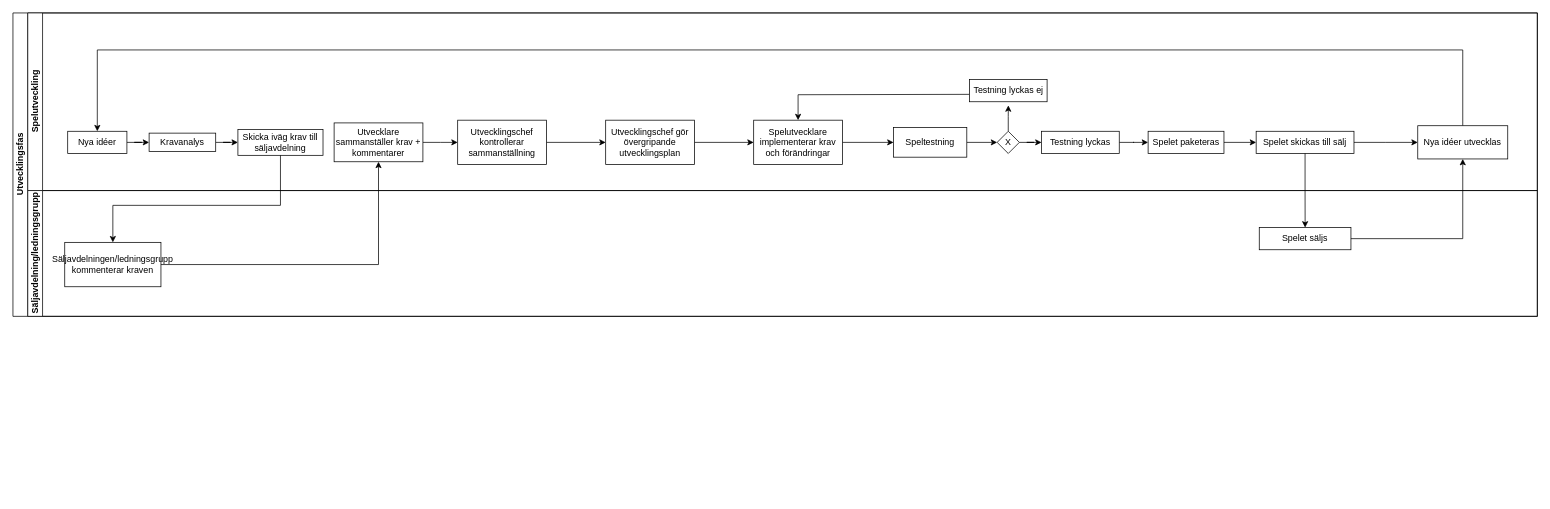
Above: Utvecklingsfas diagram.drawio in herderboys/DSV-ITO (draw.io), before the change. Source tidied: cells renumbered, new cells numbered last; positions are measured from the earlier drawing's top-left corner, leaving out a move shared by most shapes. Both pictures are drawn from the tidied source at 74%, with x=0, y=0 at pixel (13, 13).
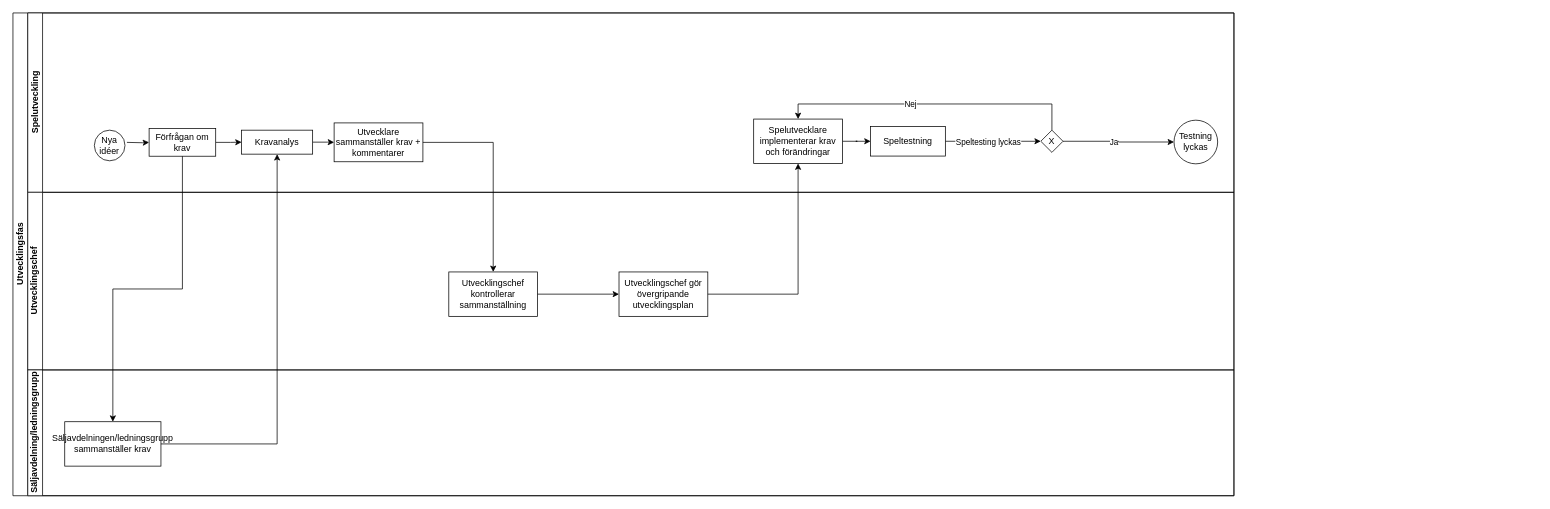
The same diagram, later.

The change refers to these unchanged cells:
```xml
<mxCell id="10" value="Utvecklare sammanställer krav + kommentarer" style="rounded=0;whiteSpace=wrap;html=1;" parent="3" vertex="1">
  <mxGeometry x="414" y="148.6" width="120" height="52.5" as="geometry" />
</mxCell>
```

What changed in the source:
```diff
@@
     <mxCell id="2" value="Utvecklingsfas" style="swimlane;html=1;horizontal=0;startSize=20;" parent="1" vertex="1">
-      <mxGeometry width="2060" height="410" as="geometry" />
+      <mxGeometry width="1650" height="652.4" as="geometry" />
     </mxCell>
     <mxCell id="3" value="Spelutveckling" style="swimlane;html=1;startSize=20;horizontal=0;" parent="2" vertex="1">
-      <mxGeometry x="20" width="2040" height="240" as="geometry" />
+      <mxGeometry x="20" width="1630" height="242.4" as="geometry" />
     </mxCell>
-    <mxCell id="4" style="edgeStyle=orthogonalEdgeStyle;rounded=0;jettySize=auto;html=1;" parent="3" edge="1" source="5" target="7">
-      <mxGeometry relative="1" as="geometry" />
+    <mxCell id="4" style="edgeStyle=orthogonalEdgeStyle;rounded=0;jettySize=auto;html=1;" parent="3" edge="1" target="7">
+      <mxGeometry relative="1" as="geometry">
+        <mxPoint x="134" y="174.9" as="sourcePoint" />
+      </mxGeometry>
     </mxCell>
-    <mxCell id="5" value="Nya idéer" style="rounded=0;whiteSpace=wrap;html=1;" parent="3" vertex="1">
-      <mxGeometry x="54" y="159.9" width="80" height="30" as="geometry" />
-    </mxCell>
@@
-    <mxCell id="7" value="Kravanalys" style="whiteSpace=wrap;html=1;rounded=0;" parent="3" vertex="1">
-      <mxGeometry x="164" y="162.4" width="90" height="25" as="geometry" />
+    <mxCell id="7" value="Förfrågan om krav" style="whiteSpace=wrap;html=1;rounded=0;" parent="3" vertex="1">
+      <mxGeometry x="164" y="156.2" width="90" height="37.4" as="geometry" />
     </mxCell>
+    <mxCell id="39" style="edgeStyle=orthogonalEdgeStyle;rounded=0;jettySize=auto;html=1;" parent="3" edge="1" source="8" target="10">
+      <mxGeometry relative="1" as="geometry" />
+    </mxCell>
-    <mxCell id="8" value="Skicka iväg krav till säljavdelning" style="whiteSpace=wrap;html=1;rounded=0;" parent="3" vertex="1">
-      <mxGeometry x="284" y="157.4" width="115" height="35" as="geometry" />
+    <mxCell id="8" value="Kravanalys" style="whiteSpace=wrap;html=1;rounded=0;" parent="3" vertex="1">
+      <mxGeometry x="289" y="158.4" width="96" height="32.4" as="geometry" />
     </mxCell>
-    <mxCell id="9" style="edgeStyle=orthogonalEdgeStyle;rounded=0;jettySize=auto;html=1;" parent="3" edge="1" source="10" target="12">
-      <mxGeometry relative="1" as="geometry" />
-    </mxCell>
@@
-    <mxCell id="11" style="edgeStyle=orthogonalEdgeStyle;rounded=0;jettySize=auto;html=1;" parent="3" edge="1" source="12" target="14">
-      <mxGeometry relative="1" as="geometry" />
-    </mxCell>
-    <mxCell id="12" value="Utvecklingschef kontrollerar sammanställning " style="whiteSpace=wrap;html=1;rounded=0;" parent="3" vertex="1">
-      <mxGeometry x="581" y="144.9" width="120" height="60" as="geometry" />
-    </mxCell>
-    <mxCell id="13" style="edgeStyle=orthogonalEdgeStyle;rounded=0;jettySize=auto;html=1;" parent="3" edge="1" source="14" target="16">
-      <mxGeometry relative="1" as="geometry" />
-    </mxCell>
-    <mxCell id="14" value="Utvecklingschef gör övergripande utvecklingsplan" style="whiteSpace=wrap;html=1;rounded=0;" parent="3" vertex="1">
-      <mxGeometry x="781" y="144.9" width="120" height="60" as="geometry" />
-    </mxCell>
@@
     <mxCell id="16" value="Spelutvecklare implementerar krav och förändringar" style="whiteSpace=wrap;html=1;rounded=0;" parent="3" vertex="1">
-      <mxGeometry x="981" y="144.9" width="120" height="60" as="geometry" />
+      <mxGeometry x="981" y="143.4" width="120" height="60" as="geometry" />
     </mxCell>
-    <mxCell id="17" style="edgeStyle=orthogonalEdgeStyle;rounded=0;jettySize=auto;html=1;" parent="3" edge="1" source="18" target="21">
+    <mxCell id="17" style="edgeStyle=orthogonalEdgeStyle;rounded=0;jettySize=auto;html=1;exitX=1;exitY=0.5;exitDx=0;exitDy=0;entryX=0;entryY=0.5;entryDx=0;entryDy=0;" parent="3" edge="1" source="18" target="21">
       <mxGeometry relative="1" as="geometry" />
     </mxCell>
+    <mxCell id="40" value="Speltesting lyckas" style="edgeLabel;html=1;align=center;verticalAlign=middle;" parent="17" vertex="1">
+      <mxGeometry x="-0.12" y="-1" relative="1" as="geometry" />
+    </mxCell>
     <mxCell id="18" value="Speltestning" style="whiteSpace=wrap;html=1;rounded=0;" parent="3" vertex="1">
-      <mxGeometry x="1170" y="154.9" width="99" height="40" as="geometry" />
+      <mxGeometry x="1139" y="153.4" width="101" height="40" as="geometry" />
     </mxCell>
+    <mxCell id="41" style="edgeStyle=orthogonalEdgeStyle;rounded=0;jettySize=auto;html=1;entryX=0.5;entryY=0;entryDx=0;entryDy=0;" parent="3" edge="1" source="21" target="16">
+      <mxGeometry relative="1" as="geometry">
+        <Array as="points">
+          <mxPoint x="1384" y="123" />
+          <mxPoint x="1041" y="123" />
+        </Array>
+      </mxGeometry>
+    </mxCell>
+    <mxCell id="42" value="Nej" style="edgeLabel;html=1;align=center;verticalAlign=middle;" parent="41" vertex="1">
+      <mxGeometry x="0.14" relative="1" as="geometry" />
+    </mxCell>
-    <mxCell id="19" style="edgeStyle=orthogonalEdgeStyle;rounded=0;jettySize=auto;html=1;" parent="3" edge="1" source="21" target="23">
+    <mxCell id="19" style="edgeStyle=orthogonalEdgeStyle;rounded=0;jettySize=auto;html=1;entryX=0;entryY=0.5;entryDx=0;entryDy=0;" parent="3" edge="1" source="21" target="23">
       <mxGeometry relative="1" as="geometry" />
     </mxCell>
-    <mxCell id="20" style="edgeStyle=orthogonalEdgeStyle;rounded=0;jettySize=auto;html=1;" parent="3" edge="1" source="21">
-      <mxGeometry relative="1" as="geometry">
-        <mxPoint x="1325.1" y="124.9" as="targetPoint" />
-      </mxGeometry>
-    </mxCell>
+    <mxCell id="43" value="Ja" style="edgeLabel;html=1;align=center;verticalAlign=middle;" parent="19" vertex="1">
+      <mxGeometry x="-0.1" y="-1" relative="1" as="geometry" />
+    </mxCell>
     <mxCell id="21" value="X" style="rhombus;whiteSpace=wrap;html=1;" parent="3" vertex="1">
-      <mxGeometry x="1310" y="159.9" width="30" height="30" as="geometry" />
+      <mxGeometry x="1369" y="158.4" width="30" height="30" as="geometry" />
     </mxCell>
-    <mxCell id="22" style="edgeStyle=orthogonalEdgeStyle;rounded=0;jettySize=auto;html=1;" parent="3" edge="1" source="23" target="27">
-      <mxGeometry relative="1" as="geometry" />
-    </mxCell>
+    <mxCell id="5" value="Nya idéer" style="ellipse;whiteSpace=wrap;html=1;" parent="3" vertex="1">
+      <mxGeometry x="90" y="158.4" width="41.4" height="41.4" as="geometry" />
+    </mxCell>
-    <mxCell id="23" value="Testning lyckas" style="whiteSpace=wrap;html=1;" parent="3" vertex="1">
-      <mxGeometry x="1370" y="159.9" width="105" height="30" as="geometry" />
+    <mxCell id="23" value="Testning lyckas" style="ellipse;whiteSpace=wrap;html=1;" parent="3" vertex="1">
+      <mxGeometry x="1549" y="144.9" width="59" height="59" as="geometry" />
     </mxCell>
-    <mxCell id="24" style="edgeStyle=orthogonalEdgeStyle;rounded=0;jettySize=auto;html=1;entryX=0.5;entryY=0;entryDx=0;entryDy=0;" parent="3" edge="1" target="16">
-      <mxGeometry relative="1" as="geometry">
-        <mxPoint x="1272.5" y="110" as="sourcePoint" />
-      </mxGeometry>
-    </mxCell>
-    <mxCell id="25" value="Testning lyckas ej" style="whiteSpace=wrap;html=1;" parent="3" vertex="1">
-      <mxGeometry x="1272.5" y="90" width="105" height="30" as="geometry" />
-    </mxCell>
-    <mxCell id="26" style="edgeStyle=orthogonalEdgeStyle;rounded=0;jettySize=auto;html=1;" parent="3" edge="1" source="27" target="29">
-      <mxGeometry relative="1" as="geometry" />
-    </mxCell>
-    <mxCell id="27" value="Spelet paketeras" style="whiteSpace=wrap;html=1;" parent="3" vertex="1">
-      <mxGeometry x="1514" y="159.9" width="102.5" height="30" as="geometry" />
-    </mxCell>
-    <mxCell id="28" style="edgeStyle=orthogonalEdgeStyle;rounded=0;jettySize=auto;html=1;" parent="3" edge="1" source="29" target="31">
-      <mxGeometry relative="1" as="geometry" />
-    </mxCell>
-    <mxCell id="29" value="Spelet skickas till sälj" style="whiteSpace=wrap;html=1;" parent="3" vertex="1">
-      <mxGeometry x="1660" y="159.9" width="132.2" height="30" as="geometry" />
-    </mxCell>
-    <mxCell id="30" style="edgeStyle=orthogonalEdgeStyle;rounded=0;jettySize=auto;html=1;exitX=0.5;exitY=0;exitDx=0;exitDy=0;entryX=0.5;entryY=0;entryDx=0;entryDy=0;" parent="3" edge="1" source="31" target="5">
-      <mxGeometry relative="1" as="geometry">
-        <Array as="points">
-          <mxPoint x="1939" y="50" />
-          <mxPoint x="94" y="50" />
-        </Array>
-      </mxGeometry>
-    </mxCell>
-    <mxCell id="31" value="Nya idéer utvecklas" style="whiteSpace=wrap;html=1;" parent="3" vertex="1">
-      <mxGeometry x="1878.4" y="152.4" width="121.6" height="44.9" as="geometry" />
-    </mxCell>
+    <mxCell id="44" value="Utvecklingschef" style="swimlane;html=1;startSize=20;horizontal=0;" parent="2" vertex="1">
+      <mxGeometry x="20" y="242.4" width="1630" height="240" as="geometry" />
+    </mxCell>
+    <mxCell id="45" style="edgeStyle=orthogonalEdgeStyle;rounded=0;orthogonalLoop=1;jettySize=auto;html=1;" parent="44" edge="1">
+      <mxGeometry relative="1" as="geometry">
+        <mxPoint x="164" y="174.9" as="targetPoint" />
+      </mxGeometry>
+    </mxCell>
+    <mxCell id="12" value="Utvecklingschef kontrollerar sammanställning " style="whiteSpace=wrap;html=1;rounded=0;" parent="44" vertex="1">
+      <mxGeometry x="569" y="107.6" width="120" height="60" as="geometry" />
+    </mxCell>
+    <mxCell id="14" value="Utvecklingschef gör övergripande utvecklingsplan" style="whiteSpace=wrap;html=1;rounded=0;" parent="44" vertex="1">
+      <mxGeometry x="799" y="107.6" width="120" height="60" as="geometry" />
+    </mxCell>
+    <mxCell id="11" style="edgeStyle=orthogonalEdgeStyle;rounded=0;jettySize=auto;html=1;" parent="44" edge="1" source="12" target="14">
+      <mxGeometry relative="1" as="geometry" />
+    </mxCell>
     <mxCell id="32" value="Säljavdelning/ledningsgrupp" style="swimlane;html=1;startSize=20;horizontal=0;" parent="2" vertex="1">
-      <mxGeometry x="20" y="240" width="2040" height="170" as="geometry" />
+      <mxGeometry x="20" y="482.4" width="1630" height="170" as="geometry" />
     </mxCell>
-    <mxCell id="33" value="Säljavdelningen/ledningsgrupp kommenterar kraven" style="whiteSpace=wrap;html=1;rounded=0;" parent="32" vertex="1">
+    <mxCell id="33" value="Säljavdelningen/ledningsgrupp sammanställer krav" style="whiteSpace=wrap;html=1;rounded=0;" parent="32" vertex="1">
       <mxGeometry x="50" y="70" width="130" height="60" as="geometry" />
     </mxCell>
-    <mxCell id="34" value="Spelet säljs" style="whiteSpace=wrap;html=1;" parent="32" vertex="1">
-      <mxGeometry x="1664.2" y="50" width="123.9" height="30" as="geometry" />
-    </mxCell>
-    <mxCell id="35" style="edgeStyle=orthogonalEdgeStyle;rounded=0;jettySize=auto;html=1;" parent="2" edge="1" source="33" target="10">
-      <mxGeometry relative="1" as="geometry" />
-    </mxCell>
-    <mxCell id="36" style="edgeStyle=orthogonalEdgeStyle;rounded=0;jettySize=auto;html=1;exitX=0.5;exitY=1;exitDx=0;exitDy=0;entryX=0.5;entryY=0;entryDx=0;entryDy=0;" parent="2" edge="1" source="8" target="33">
-      <mxGeometry relative="1" as="geometry">
-        <Array as="points">
-          <mxPoint x="361" y="260" />
-          <mxPoint x="135" y="260" />
-        </Array>
-      </mxGeometry>
-    </mxCell>
-    <mxCell id="37" style="edgeStyle=orthogonalEdgeStyle;rounded=0;jettySize=auto;html=1;" parent="2" edge="1" source="29" target="34">
-      <mxGeometry relative="1" as="geometry" />
-    </mxCell>
-    <mxCell id="38" style="edgeStyle=orthogonalEdgeStyle;rounded=0;jettySize=auto;html=1;entryX=0.5;entryY=1;entryDx=0;entryDy=0;" parent="2" edge="1" source="34" target="31">
-      <mxGeometry relative="1" as="geometry" />
-    </mxCell>
+    <mxCell id="9" style="edgeStyle=orthogonalEdgeStyle;rounded=0;jettySize=auto;html=1;" parent="2" edge="1" source="10" target="12">
+      <mxGeometry relative="1" as="geometry" />
+    </mxCell>
+    <mxCell id="13" style="edgeStyle=orthogonalEdgeStyle;rounded=0;jettySize=auto;html=1;" parent="2" edge="1" source="14" target="16">
+      <mxGeometry relative="1" as="geometry" />
+    </mxCell>
+    <mxCell id="46" style="edgeStyle=orthogonalEdgeStyle;rounded=0;jettySize=auto;html=1;entryX=0.5;entryY=0;entryDx=0;entryDy=0;" parent="2" edge="1" source="7" target="33">
+      <mxGeometry relative="1" as="geometry" />
+    </mxCell>
+    <mxCell id="47" style="edgeStyle=orthogonalEdgeStyle;rounded=0;jettySize=auto;html=1;entryX=0.5;entryY=1;entryDx=0;entryDy=0;" parent="2" edge="1" source="33" target="8">
+      <mxGeometry relative="1" as="geometry" />
+    </mxCell>
```
